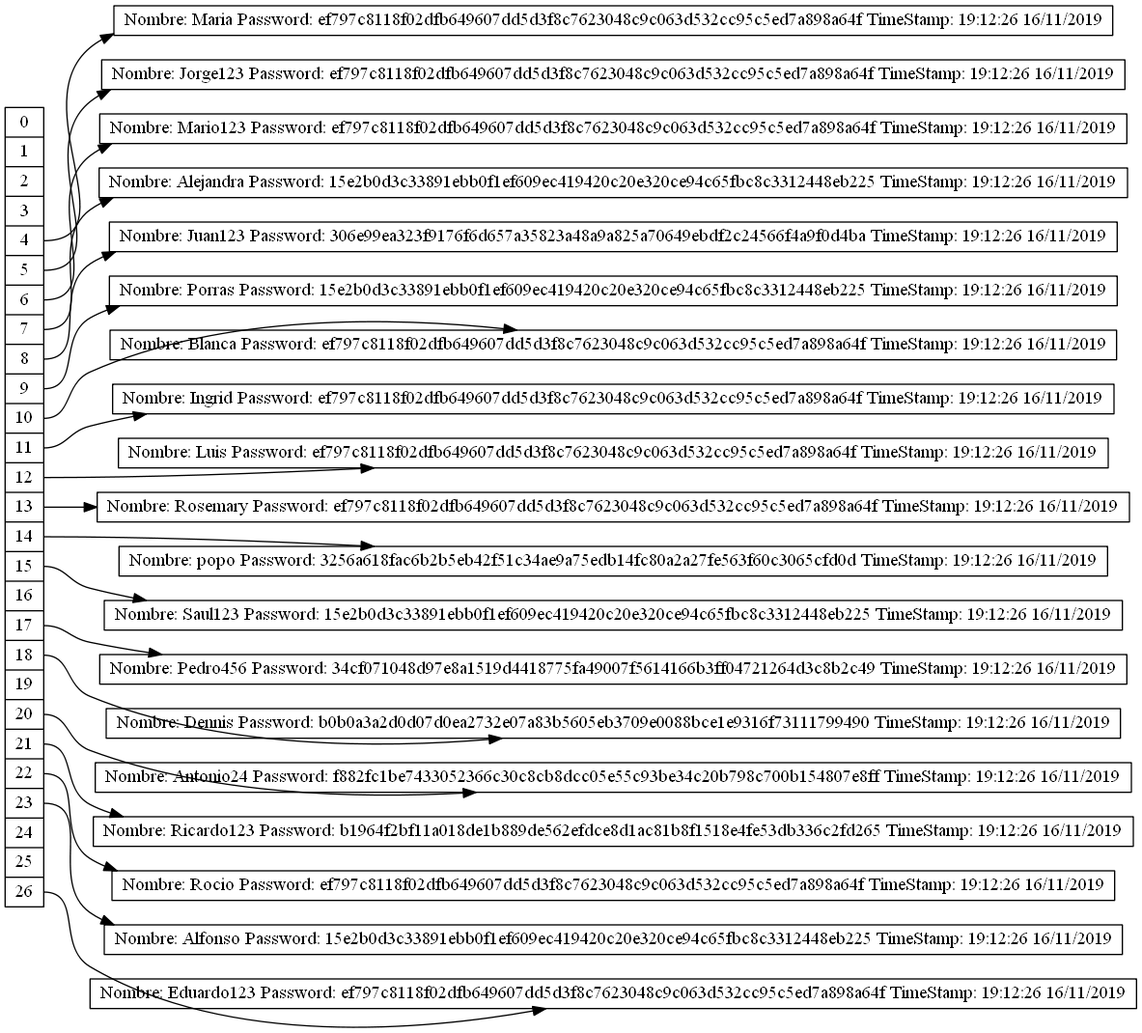
Above: Proyecto2/HashTable.png in Eduardo01004/EDD_2S2019_PY2_201612124 (Graphviz), before the change. Its source is kept beside it as Proyecto2/HashTable.dot.
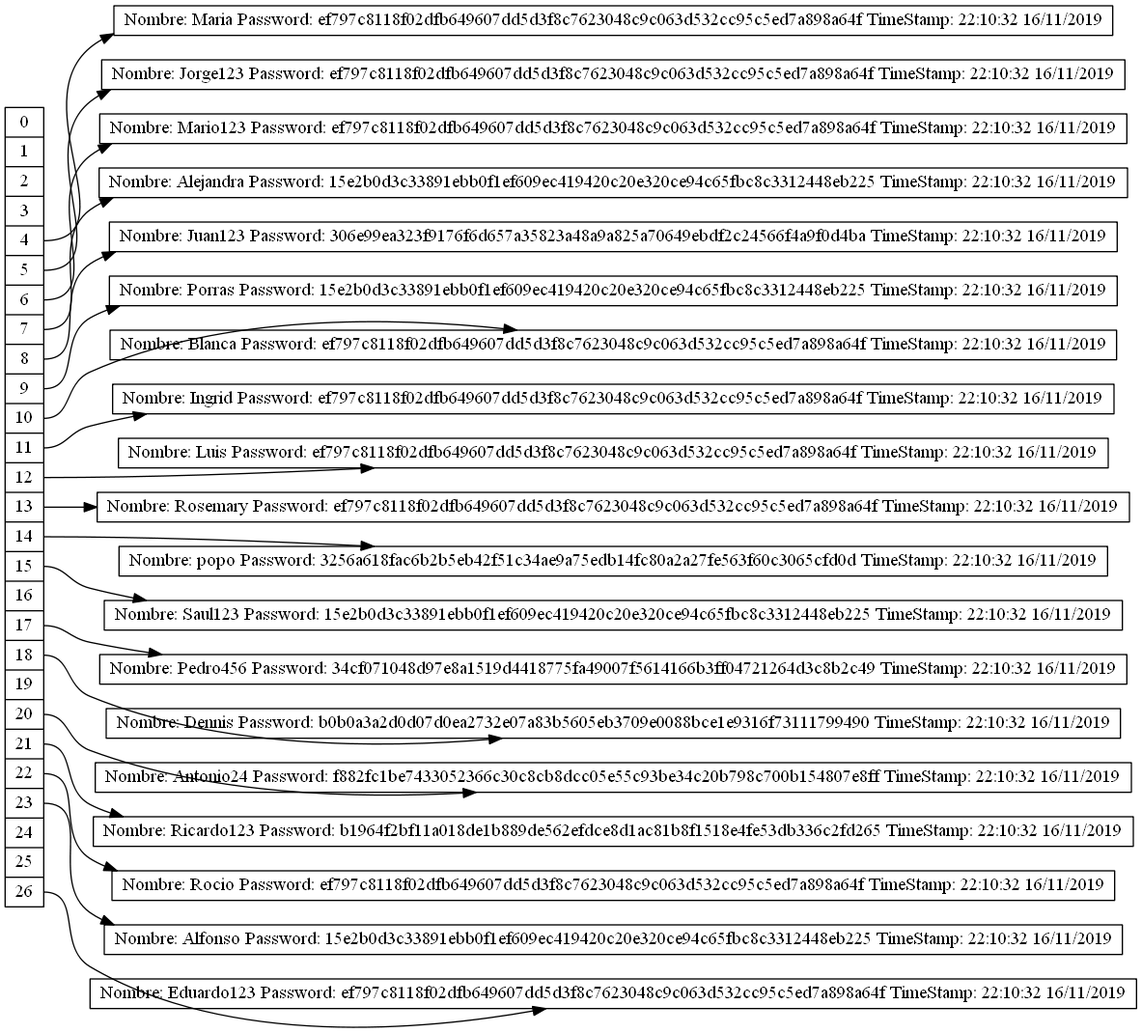
After the commit.

The edit, as a diff of the source:
```diff
@@ -28,42 +28,42 @@
 <f24> 24 |
 <f25> 25 |
 <f26> 26"];
-nodoMaria [label= "Nombre: Maria Password: ef797c8118f02dfb649607dd5d3f8c7623048c9c063d532cc95c5ed7a898a64f TimeStamp: 19:12:26 16/11/2019"];
+nodoMaria [label= "Nombre: Maria Password: ef797c8118f02dfb649607dd5d3f8c7623048c9c063d532cc95c5ed7a898a64f TimeStamp: 22:10:32 16/11/2019"];
 "nodeTable":f4 -> nodoMaria
-nodoJorge123 [label= "Nombre: Jorge123 Password: ef797c8118f02dfb649607dd5d3f8c7623048c9c063d532cc95c5ed7a898a64f TimeStamp: 19:12:26 16/11/2019"];
+nodoJorge123 [label= "Nombre: Jorge123 Password: ef797c8118f02dfb649607dd5d3f8c7623048c9c063d532cc95c5ed7a898a64f TimeStamp: 22:10:32 16/11/2019"];
 "nodeTable":f5 -> nodoJorge123
-nodoMario123 [label= "Nombre: Mario123 Password: ef797c8118f02dfb649607dd5d3f8c7623048c9c063d532cc95c5ed7a898a64f TimeStamp: 19:12:26 16/11/2019"];
+nodoMario123 [label= "Nombre: Mario123 Password: ef797c8118f02dfb649607dd5d3f8c7623048c9c063d532cc95c5ed7a898a64f TimeStamp: 22:10:32 16/11/2019"];
 "nodeTable":f6 -> nodoMario123
-nodoAlejandra [label= "Nombre: Alejandra Password: 15e2b0d3c33891ebb0f1ef609ec419420c20e320ce94c65fbc8c3312448eb225 TimeStamp: 19:12:26 16/11/2019"];
+nodoAlejandra [label= "Nombre: Alejandra Password: 15e2b0d3c33891ebb0f1ef609ec419420c20e320ce94c65fbc8c3312448eb225 TimeStamp: 22:10:32 16/11/2019"];
 "nodeTable":f7 -> nodoAlejandra
-nodoJuan123 [label= "Nombre: Juan123 Password: 306e99ea323f9176f6d657a35823a48a9a825a70649ebdf2c24566f4a9f0d4ba TimeStamp: 19:12:26 16/11/2019"];
+nodoJuan123 [label= "Nombre: Juan123 Password: 306e99ea323f9176f6d657a35823a48a9a825a70649ebdf2c24566f4a9f0d4ba TimeStamp: 22:10:32 16/11/2019"];
 "nodeTable":f8 -> nodoJuan123
-nodoPorras [label= "Nombre: Porras Password: 15e2b0d3c33891ebb0f1ef609ec419420c20e320ce94c65fbc8c3312448eb225 TimeStamp: 19:12:26 16/11/2019"];
+nodoPorras [label= "Nombre: Porras Password: 15e2b0d3c33891ebb0f1ef609ec419420c20e320ce94c65fbc8c3312448eb225 TimeStamp: 22:10:32 16/11/2019"];
 "nodeTable":f9 -> nodoPorras
-nodoBlanca [label= "Nombre: Blanca Password: ef797c8118f02dfb649607dd5d3f8c7623048c9c063d532cc95c5ed7a898a64f TimeStamp: 19:12:26 16/11/2019"];
+nodoBlanca [label= "Nombre: Blanca Password: ef797c8118f02dfb649607dd5d3f8c7623048c9c063d532cc95c5ed7a898a64f TimeStamp: 22:10:32 16/11/2019"];
 "nodeTable":f10 -> nodoBlanca
-nodoIngrid [label= "Nombre: Ingrid Password: ef797c8118f02dfb649607dd5d3f8c7623048c9c063d532cc95c5ed7a898a64f TimeStamp: 19:12:26 16/11/2019"];
+nodoIngrid [label= "Nombre: Ingrid Password: ef797c8118f02dfb649607dd5d3f8c7623048c9c063d532cc95c5ed7a898a64f TimeStamp: 22:10:32 16/11/2019"];
 "nodeTable":f11 -> nodoIngrid
-nodoLuis [label= "Nombre: Luis Password: ef797c8118f02dfb649607dd5d3f8c7623048c9c063d532cc95c5ed7a898a64f TimeStamp: 19:12:26 16/11/2019"];
+nodoLuis [label= "Nombre: Luis Password: ef797c8118f02dfb649607dd5d3f8c7623048c9c063d532cc95c5ed7a898a64f TimeStamp: 22:10:32 16/11/2019"];
 "nodeTable":f12 -> nodoLuis
-nodoRosemary [label= "Nombre: Rosemary Password: ef797c8118f02dfb649607dd5d3f8c7623048c9c063d532cc95c5ed7a898a64f TimeStamp: 19:12:26 16/11/2019"];
+nodoRosemary [label= "Nombre: Rosemary Password: ef797c8118f02dfb649607dd5d3f8c7623048c9c063d532cc95c5ed7a898a64f TimeStamp: 22:10:32 16/11/2019"];
 "nodeTable":f13 -> nodoRosemary
-nodopopo [label= "Nombre: popo Password: 3256a618fac6b2b5eb42f51c34ae9a75edb14fc80a2a27fe563f60c3065cfd0d TimeStamp: 19:12:26 16/11/2019"];
+nodopopo [label= "Nombre: popo Password: 3256a618fac6b2b5eb42f51c34ae9a75edb14fc80a2a27fe563f60c3065cfd0d TimeStamp: 22:10:32 16/11/2019"];
 "nodeTable":f14 -> nodopopo
-nodoSaul123 [label= "Nombre: Saul123 Password: 15e2b0d3c33891ebb0f1ef609ec419420c20e320ce94c65fbc8c3312448eb225 TimeStamp: 19:12:26 16/11/2019"];
+nodoSaul123 [label= "Nombre: Saul123 Password: 15e2b0d3c33891ebb0f1ef609ec419420c20e320ce94c65fbc8c3312448eb225 TimeStamp: 22:10:32 16/11/2019"];
 "nodeTable":f15 -> nodoSaul123
-nodoPedro456 [label= "Nombre: Pedro456 Password: 34cf071048d97e8a1519d4418775fa49007f5614166b3ff04721264d3c8b2c49 TimeStamp: 19:12:26 16/11/2019"];
+nodoPedro456 [label= "Nombre: Pedro456 Password: 34cf071048d97e8a1519d4418775fa49007f5614166b3ff04721264d3c8b2c49 TimeStamp: 22:10:32 16/11/2019"];
 "nodeTable":f17 -> nodoPedro456
-nodoDennis [label= "Nombre: Dennis Password: b0b0a3a2d0d07d0ea2732e07a83b5605eb3709e0088bce1e9316f73111799490 TimeStamp: 19:12:26 16/11/2019"];
+nodoDennis [label= "Nombre: Dennis Password: b0b0a3a2d0d07d0ea2732e07a83b5605eb3709e0088bce1e9316f73111799490 TimeStamp: 22:10:32 16/11/2019"];
 "nodeTable":f18 -> nodoDennis
-nodoAntonio24 [label= "Nombre: Antonio24 Password: f882fc1be7433052366c30c8cb8dcc05e55c93be34c20b798c700b154807e8ff TimeStamp: 19:12:26 16/11/2019"];
+nodoAntonio24 [label= "Nombre: Antonio24 Password: f882fc1be7433052366c30c8cb8dcc05e55c93be34c20b798c700b154807e8ff TimeStamp: 22:10:32 16/11/2019"];
 "nodeTable":f20 -> nodoAntonio24
-nodoRicardo123 [label= "Nombre: Ricardo123 Password: b1964f2bf11a018de1b889de562efdce8d1ac81b8f1518e4fe53db336c2fd265 TimeStamp: 19:12:26 16/11/2019"];
+nodoRicardo123 [label= "Nombre: Ricardo123 Password: b1964f2bf11a018de1b889de562efdce8d1ac81b8f1518e4fe53db336c2fd265 TimeStamp: 22:10:32 16/11/2019"];
 "nodeTable":f21 -> nodoRicardo123
-nodoRocio [label= "Nombre: Rocio Password: ef797c8118f02dfb649607dd5d3f8c7623048c9c063d532cc95c5ed7a898a64f TimeStamp: 19:12:26 16/11/2019"];
+nodoRocio [label= "Nombre: Rocio Password: ef797c8118f02dfb649607dd5d3f8c7623048c9c063d532cc95c5ed7a898a64f TimeStamp: 22:10:32 16/11/2019"];
 "nodeTable":f22 -> nodoRocio
-nodoAlfonso [label= "Nombre: Alfonso Password: 15e2b0d3c33891ebb0f1ef609ec419420c20e320ce94c65fbc8c3312448eb225 TimeStamp: 19:12:26 16/11/2019"];
+nodoAlfonso [label= "Nombre: Alfonso Password: 15e2b0d3c33891ebb0f1ef609ec419420c20e320ce94c65fbc8c3312448eb225 TimeStamp: 22:10:32 16/11/2019"];
 "nodeTable":f23 -> nodoAlfonso
-nodoEduardo123 [label= "Nombre: Eduardo123 Password: ef797c8118f02dfb649607dd5d3f8c7623048c9c063d532cc95c5ed7a898a64f TimeStamp: 19:12:26 16/11/2019"];
+nodoEduardo123 [label= "Nombre: Eduardo123 Password: ef797c8118f02dfb649607dd5d3f8c7623048c9c063d532cc95c5ed7a898a64f TimeStamp: 22:10:32 16/11/2019"];
 "nodeTable":f26 -> nodoEduardo123
 }
```
